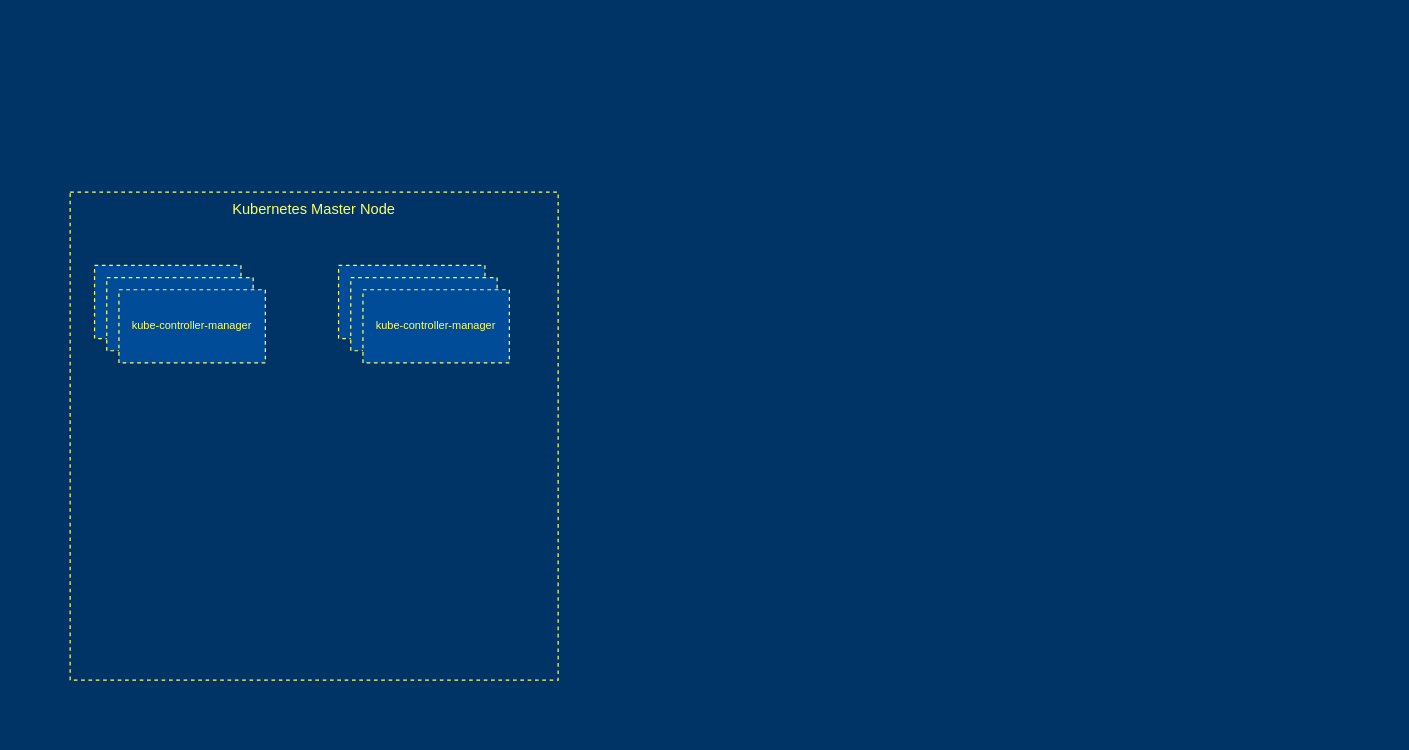
This is Диаграмма без названия.drawio from AlexLexus/LearnClouds, a draw.io file, before an edit. Source tidied: cells renumbered, new cells numbered last; positions are measured from the earlier drawing's top-left corner, leaving out a move shared by most shapes. Both pictures are drawn from the tidied source at 122%, with x=0, y=0 at pixel (70, 192).
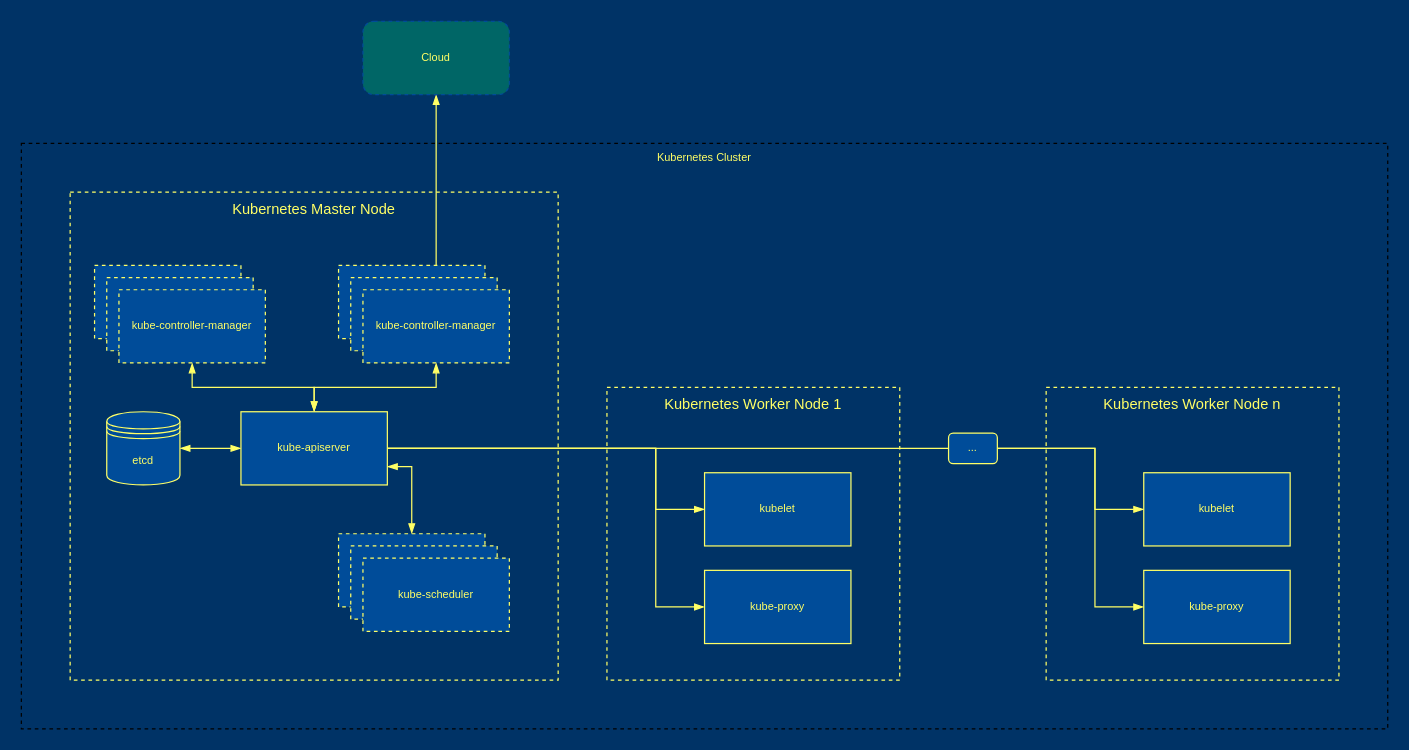
The same diagram, later.

Unchanged cells that the change refers to:
```xml
<mxCell id="6" value="kube-controller-manager" style="rounded=0;whiteSpace=wrap;html=1;dashed=1;strokeColor=#FFFF66;fontColor=#FFFF66;fillColor=#004C99;gradientColor=none;fontSize=9;" parent="3" vertex="1">
  <mxGeometry x="20" y="20" width="120" height="60" as="geometry" />
</mxCell>
<mxCell id="8" style="rounded=0;whiteSpace=wrap;html=1;dashed=1;strokeColor=#FFFF66;fontColor=#FFFF66;fillColor=#004C99;gradientColor=none;" parent="7" vertex="1">
  <mxGeometry width="120" height="60" as="geometry" />
</mxCell>
<mxCell id="10" value="kube-controller-manager" style="rounded=0;whiteSpace=wrap;html=1;dashed=1;strokeColor=#FFFF66;fontColor=#FFFF66;fillColor=#004C99;gradientColor=none;fontSize=9;" parent="7" vertex="1">
  <mxGeometry x="20" y="20" width="120" height="60" as="geometry" />
</mxCell>
```

Change to the diagram source:
```diff
@@
+    <mxCell id="11" value="Kubernetes Worker Node 1" style="rounded=0;whiteSpace=wrap;html=1;gradientColor=none;fillColor=none;dashed=1;strokeColor=#FFFF66;fontColor=#FFFF66;verticalAlign=top;" parent="1" vertex="1">
+      <mxGeometry x="440" y="160" width="240" height="240" as="geometry" />
+    </mxCell>
+    <mxCell id="12" value="Kubernetes Cluster" style="rounded=0;whiteSpace=wrap;html=1;strokeColor=default;fontSize=9;fontColor=#FFFF66;fillColor=none;gradientColor=none;dashed=1;verticalAlign=top;" parent="1" vertex="1">
+      <mxGeometry x="-40" y="-40" width="1120" height="480" as="geometry" />
+    </mxCell>
@@
+    <mxCell id="13" style="edgeStyle=orthogonalEdgeStyle;rounded=0;jettySize=auto;html=1;entryX=0.5;entryY=1;entryDx=0;entryDy=0;strokeColor=#FFFF66;fontSize=9;fontColor=#FFFF66;endArrow=blockThin;endFill=1;startArrow=blockThin;startFill=1;" parent="1" edge="1" source="20" target="10">
+      <mxGeometry relative="1" as="geometry" />
+    </mxCell>
+    <mxCell id="14" style="edgeStyle=orthogonalEdgeStyle;rounded=0;jettySize=auto;html=1;entryX=0.5;entryY=1;entryDx=0;entryDy=0;strokeColor=#FFFF66;fontSize=9;fontColor=#FFFF66;startArrow=blockThin;startFill=1;endArrow=blockThin;endFill=1;" parent="1" edge="1" source="20" target="6">
+      <mxGeometry relative="1" as="geometry" />
+    </mxCell>
+    <mxCell id="15" style="edgeStyle=orthogonalEdgeStyle;rounded=0;jettySize=auto;html=1;entryX=0.5;entryY=0;entryDx=0;entryDy=0;strokeColor=#FFFF66;fontSize=9;fontColor=#FFFF66;startArrow=blockThin;startFill=1;endArrow=blockThin;endFill=1;exitX=1;exitY=0.75;exitDx=0;exitDy=0;" parent="1" edge="1" source="20" target="22">
+      <mxGeometry relative="1" as="geometry">
+        <Array as="points">
+          <mxPoint x="280" y="225" />
+        </Array>
+      </mxGeometry>
+    </mxCell>
+    <mxCell id="16" style="edgeStyle=orthogonalEdgeStyle;rounded=0;jettySize=auto;html=1;entryX=1;entryY=0.5;entryDx=0;entryDy=0;strokeColor=#FFFF66;fontSize=9;fontColor=#FFFF66;startArrow=blockThin;startFill=1;endArrow=blockThin;endFill=1;exitX=0;exitY=0.5;exitDx=0;exitDy=0;" parent="1" edge="1" source="20" target="25">
+      <mxGeometry relative="1" as="geometry">
+        <Array as="points">
+          <mxPoint x="90" y="210" />
+        </Array>
+      </mxGeometry>
+    </mxCell>
+    <mxCell id="17" style="edgeStyle=orthogonalEdgeStyle;rounded=0;jettySize=auto;html=1;entryX=0;entryY=0.5;entryDx=0;entryDy=0;strokeColor=#FFFF66;fontSize=9;fontColor=#FFFF66;startArrow=none;startFill=0;endArrow=blockThin;endFill=1;" parent="1" edge="1" source="20" target="26">
+      <mxGeometry relative="1" as="geometry">
+        <Array as="points">
+          <mxPoint x="480" y="210" />
+          <mxPoint x="480" y="260" />
+        </Array>
+      </mxGeometry>
+    </mxCell>
+    <mxCell id="18" style="edgeStyle=orthogonalEdgeStyle;rounded=0;jettySize=auto;html=1;entryX=0;entryY=0.5;entryDx=0;entryDy=0;strokeColor=#FFFF66;fontSize=9;fontColor=#FFFF66;startArrow=none;startFill=0;endArrow=blockThin;endFill=1;" parent="1" edge="1" source="20" target="27">
+      <mxGeometry relative="1" as="geometry">
+        <Array as="points">
+          <mxPoint x="480" y="210" />
+          <mxPoint x="480" y="340" />
+        </Array>
+      </mxGeometry>
+    </mxCell>
+    <mxCell id="19" style="edgeStyle=orthogonalEdgeStyle;rounded=0;jettySize=auto;html=1;entryX=0;entryY=0.5;entryDx=0;entryDy=0;strokeColor=#FFFF66;fontSize=9;fontColor=#FFFF66;startArrow=none;startFill=0;endArrow=none;endFill=0;" parent="1" edge="1" source="20" target="33">
+      <mxGeometry relative="1" as="geometry" />
+    </mxCell>
+    <mxCell id="20" value="kube-apiserver" style="rounded=0;whiteSpace=wrap;html=1;strokeColor=#FFFF66;fontSize=9;fontColor=#FFFF66;fillColor=#004C99;gradientColor=none;" parent="1" vertex="1">
+      <mxGeometry x="140" y="180" width="120" height="60" as="geometry" />
+    </mxCell>
+    <mxCell id="21" style="group;" parent="1" vertex="1">
+      <mxGeometry x="220" y="280" width="140" height="80" as="geometry" />
+    </mxCell>
+    <mxCell id="22" style="rounded=0;whiteSpace=wrap;html=1;dashed=1;strokeColor=#FFFF66;fontColor=#FFFF66;fillColor=#004C99;gradientColor=none;" parent="21" vertex="1">
+      <mxGeometry width="120" height="60" as="geometry" />
+    </mxCell>
+    <mxCell id="23" style="rounded=0;whiteSpace=wrap;html=1;dashed=1;strokeColor=#FFFF66;fontColor=#FFFF66;fillColor=#004C99;gradientColor=none;" parent="21" vertex="1">
+      <mxGeometry x="10" y="10" width="120" height="60" as="geometry" />
+    </mxCell>
+    <mxCell id="24" value="kube-scheduler" style="rounded=0;whiteSpace=wrap;html=1;dashed=1;strokeColor=#FFFF66;fontColor=#FFFF66;fillColor=#004C99;gradientColor=none;fontSize=9;" parent="21" vertex="1">
+      <mxGeometry x="20" y="20" width="120" height="60" as="geometry" />
+    </mxCell>
+    <mxCell id="25" value="etcd" style="shape=datastore;whiteSpace=wrap;html=1;strokeColor=#FFFF66;fontSize=9;fontColor=#FFFF66;fillColor=#004C99;gradientColor=none;" parent="1" vertex="1">
+      <mxGeometry x="30" y="180" width="60" height="60" as="geometry" />
+    </mxCell>
+    <mxCell id="26" value="kubelet" style="rounded=0;whiteSpace=wrap;html=1;strokeColor=#FFFF66;fontSize=9;fontColor=#FFFF66;fillColor=#004C99;gradientColor=none;" parent="1" vertex="1">
+      <mxGeometry x="520" y="230" width="120" height="60" as="geometry" />
+    </mxCell>
+    <mxCell id="27" value="kube-proxy" style="rounded=0;whiteSpace=wrap;html=1;strokeColor=#FFFF66;fontSize=9;fontColor=#FFFF66;fillColor=#004C99;gradientColor=none;" parent="1" vertex="1">
+      <mxGeometry x="520" y="310" width="120" height="60" as="geometry" />
+    </mxCell>
+    <mxCell id="28" value="Kubernetes Worker Node n" style="rounded=0;whiteSpace=wrap;html=1;gradientColor=none;fillColor=none;dashed=1;strokeColor=#FFFF66;fontColor=#FFFF66;verticalAlign=top;" parent="1" vertex="1">
+      <mxGeometry x="800" y="160" width="240" height="240" as="geometry" />
+    </mxCell>
+    <mxCell id="29" value="kubelet" style="rounded=0;whiteSpace=wrap;html=1;strokeColor=#FFFF66;fontSize=9;fontColor=#FFFF66;fillColor=#004C99;gradientColor=none;" parent="1" vertex="1">
+      <mxGeometry x="880" y="230" width="120" height="60" as="geometry" />
+    </mxCell>
+    <mxCell id="30" value="kube-proxy" style="rounded=0;whiteSpace=wrap;html=1;strokeColor=#FFFF66;fontSize=9;fontColor=#FFFF66;fillColor=#004C99;gradientColor=none;" parent="1" vertex="1">
+      <mxGeometry x="880" y="310" width="120" height="60" as="geometry" />
+    </mxCell>
+    <mxCell id="31" style="edgeStyle=orthogonalEdgeStyle;rounded=0;jettySize=auto;html=1;entryX=0;entryY=0.5;entryDx=0;entryDy=0;strokeColor=#FFFF66;fontSize=9;fontColor=#FFFF66;startArrow=none;startFill=0;endArrow=blockThin;endFill=1;" parent="1" edge="1" source="33" target="29">
+      <mxGeometry relative="1" as="geometry">
+        <Array as="points">
+          <mxPoint x="840" y="210" />
+          <mxPoint x="840" y="260" />
+        </Array>
+      </mxGeometry>
+    </mxCell>
+    <mxCell id="32" style="edgeStyle=orthogonalEdgeStyle;rounded=0;jettySize=auto;html=1;entryX=0;entryY=0.5;entryDx=0;entryDy=0;strokeColor=#FFFF66;fontSize=9;fontColor=#FFFF66;startArrow=none;startFill=0;endArrow=blockThin;endFill=1;" parent="1" edge="1" source="33" target="30">
+      <mxGeometry relative="1" as="geometry">
+        <Array as="points">
+          <mxPoint x="840" y="210" />
+          <mxPoint x="840" y="340" />
+        </Array>
+      </mxGeometry>
+    </mxCell>
+    <mxCell id="33" value="..." style="rounded=1;whiteSpace=wrap;html=1;strokeColor=#FFFF66;fontSize=9;fontColor=#FFFF66;fillColor=#004C99;gradientColor=none;" parent="1" vertex="1">
+      <mxGeometry x="720" y="197.5" width="40" height="25" as="geometry" />
+    </mxCell>
+    <mxCell id="34" style="edgeStyle=orthogonalEdgeStyle;rounded=0;jettySize=auto;html=1;strokeColor=#FFFF66;fontSize=9;fontColor=#FFFF66;startArrow=none;startFill=0;endArrow=blockThin;endFill=1;entryX=0.5;entryY=1;entryDx=0;entryDy=0;" parent="1" edge="1" source="8" target="35">
+      <mxGeometry relative="1" as="geometry">
+        <Array as="points">
+          <mxPoint x="300" y="-70" />
+          <mxPoint x="300" y="-70" />
+        </Array>
+      </mxGeometry>
+    </mxCell>
+    <mxCell id="35" value="Cloud" style="rounded=1;whiteSpace=wrap;html=1;dashed=1;strokeColor=#004C99;fontSize=9;fontColor=#FFFF66;fillColor=#006666;gradientColor=none;" parent="1" vertex="1">
+      <mxGeometry x="240" y="-140" width="120" height="60" as="geometry" />
+    </mxCell>
```
